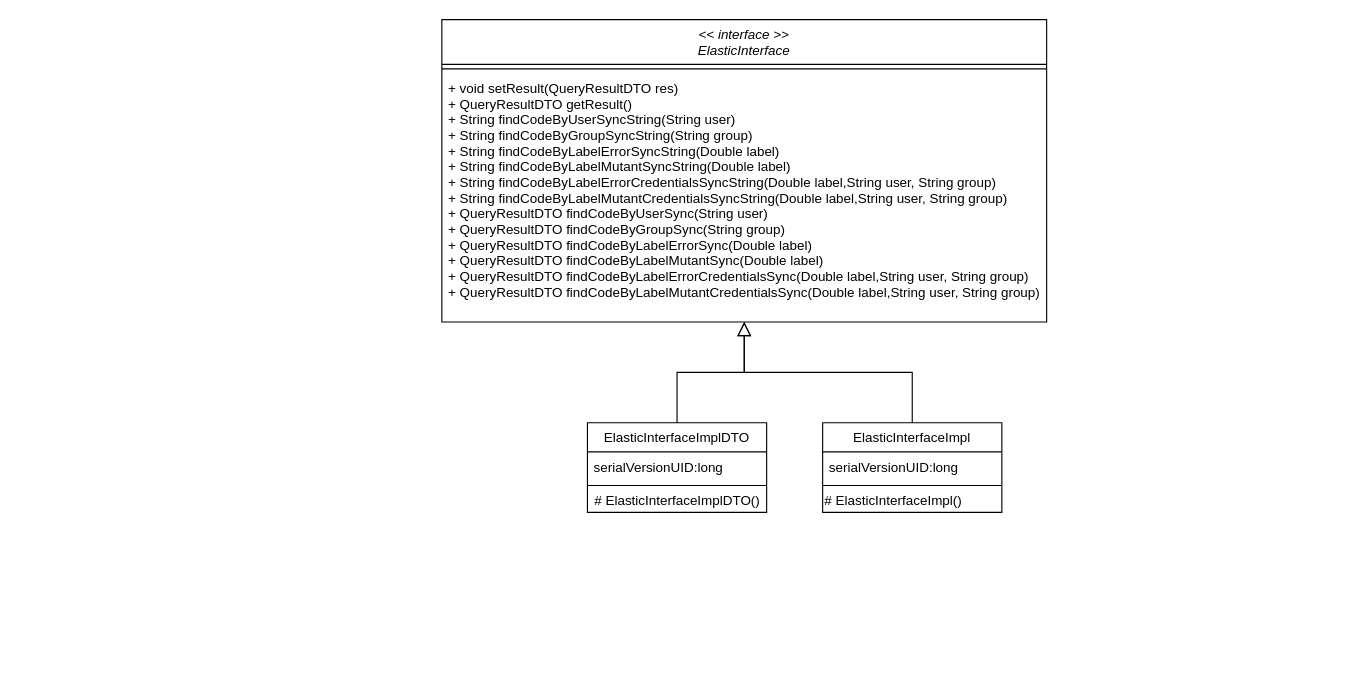
Above: docs/Elastic-facade-orchestrator.drawio in josura/Error-classification-ISD (draw.io), before the change. Source tidied: cells renumbered, new cells numbered last; positions are measured from the earlier drawing's top-left corner, leaving out a move shared by most shapes. Both pictures are drawn from the tidied source at 112%, with x=0, y=0 at pixel (441, 19).
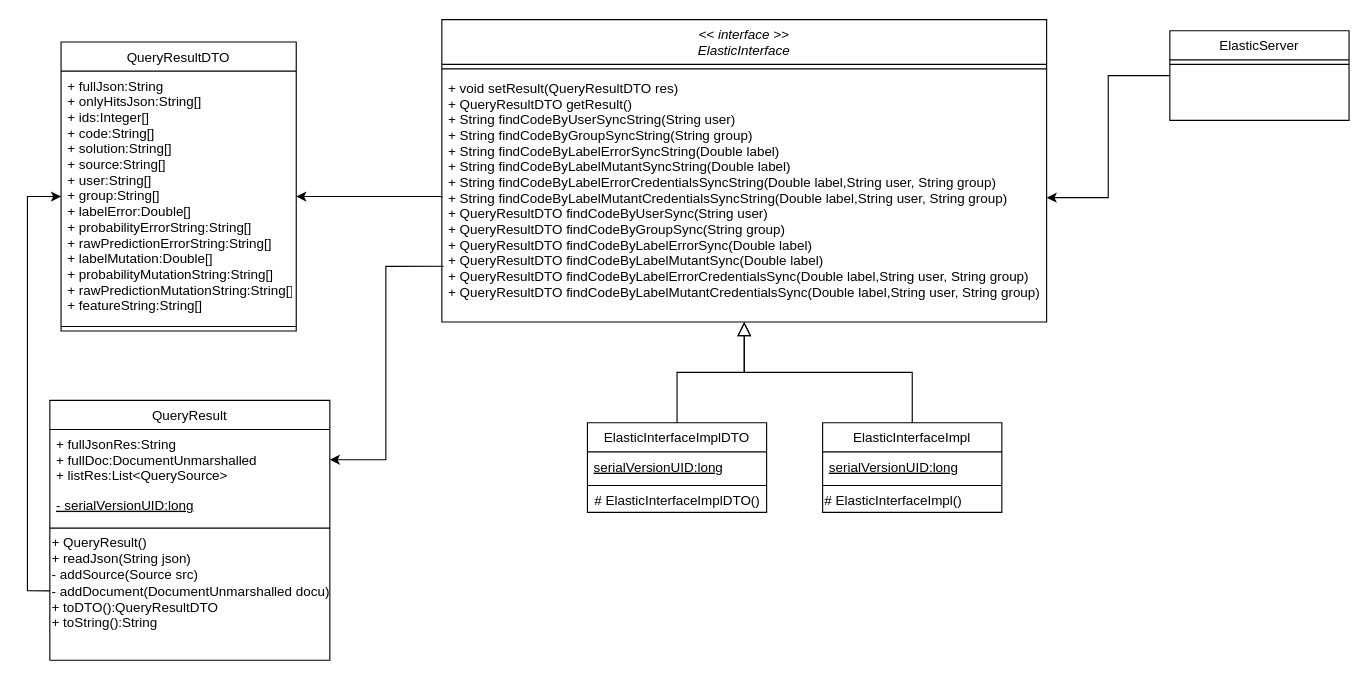
The same diagram, later.

Unchanged cells that the change refers to:
```xml
<mxCell id="4" value="+ void setResult(QueryResultDTO res) &#10;+ QueryResultDTO getResult() &#10;+ String findCodeByUserSyncString(String user) &#10;+ String findCodeByGroupSyncString(String group) &#10;+ String findCodeByLabelErrorSyncString(Double label) &#10;+ String findCodeByLabelMutantSyncString(Double label) &#10;+ String findCodeByLabelErrorCredentialsSyncString(Double label,String user, String group) &#10;+ String findCodeByLabelMutantCredentialsSyncString(Double label,String user, String group) &#10;+ QueryResultDTO findCodeByUserSync(String user) &#10;+ QueryResultDTO findCodeByGroupSync(String group) &#10;+ QueryResultDTO findCodeByLabelErrorSync(Double label) &#10;+ QueryResultDTO findCodeByLabelMutantSync(Double label) &#10;+ QueryResultDTO findCodeByLabelErrorCredentialsSync(Double label,String user, String group) &#10;+ QueryResultDTO findCodeByLabelMutantCredentialsSync(Double label,String user, String group) &#10;" style="text;align=left;verticalAlign=top;spacingLeft=4;spacingRight=4;overflow=hidden;points=[[0,0.5],[1,0.5]];portConstraint=eastwest;" parent="2" vertex="1">
  <mxGeometry y="48" width="540" height="222" as="geometry" />
</mxCell>
<mxCell id="5" value="ElasticInterfaceImplDTO" style="swimlane;fontStyle=0;align=center;verticalAlign=top;horizontal=1;startSize=26;rounded=0;shadow=0;strokeWidth=1;" parent="1" vertex="1">
  <mxGeometry x="130" y="360" width="160" height="80" as="geometry" />
</mxCell>
<mxCell id="10" value="ElasticInterfaceImpl" style="swimlane;fontStyle=0;align=center;verticalAlign=top;horizontal=1;startSize=26;rounded=0;shadow=0;strokeWidth=1;" parent="1" vertex="1">
  <mxGeometry x="340" y="360" width="160" height="80" as="geometry" />
</mxCell>
```

What changed in the source:
```diff
@@
-    <mxCell id="6" value="serialVersionUID:long" style="text;align=left;verticalAlign=top;spacingLeft=4;spacingRight=4;overflow=hidden;rounded=0;shadow=0;html=0;" parent="5" vertex="1">
+    <mxCell id="6" value="serialVersionUID:long" style="text;align=left;verticalAlign=top;spacingLeft=4;spacingRight=4;overflow=hidden;rounded=0;shadow=0;html=0;fontStyle=4;" parent="5" vertex="1">
       <mxGeometry y="26" width="160" height="26" as="geometry" />
     </mxCell>
@@
-    <mxCell id="11" value="serialVersionUID:long" style="text;align=left;verticalAlign=top;spacingLeft=4;spacingRight=4;overflow=hidden;" parent="10" vertex="1">
+    <mxCell id="11" value="serialVersionUID:long" style="text;align=left;verticalAlign=top;spacingLeft=4;spacingRight=4;overflow=hidden;fontStyle=4;" parent="10" vertex="1">
       <mxGeometry y="26" width="160" height="26" as="geometry" />
     </mxCell>
@@
+    <mxCell id="15" value="QueryResultDTO" style="swimlane;fontStyle=0;align=center;verticalAlign=top;horizontal=1;startSize=26;rounded=0;shadow=0;strokeWidth=1;" parent="1" vertex="1">
+      <mxGeometry x="-340" y="20" width="210" height="258" as="geometry" />
+    </mxCell>
+    <mxCell id="16" value="+ fullJson:String&#10;+ onlyHitsJson:String[]&#10;+ ids:Integer[]&#10;+ code:String[] &#10;+ solution:String[] &#10;+ source:String[] &#10;+ user:String[] &#10;+ group:String[] &#10;+ labelError:Double[] &#10;+ probabilityErrorString:String[] &#10;+ rawPredictionErrorString:String[] &#10;+ labelMutation:Double[] &#10;+ probabilityMutationString:String[] &#10;+ rawPredictionMutationString:String[] &#10;+ featureString:String[] &#10;" style="text;align=left;verticalAlign=top;spacingLeft=4;spacingRight=4;overflow=hidden;points=[[0,0.5],[1,0.5]];portConstraint=eastwest;rounded=0;shadow=0;html=0;" parent="15" vertex="1">
+      <mxGeometry y="26" width="210" height="224" as="geometry" />
+    </mxCell>
+    <mxCell id="17" style="line;html=1;strokeWidth=1;align=left;verticalAlign=middle;spacingTop=-1;spacingLeft=3;spacingRight=3;labelPosition=right;" parent="15" vertex="1">
+      <mxGeometry y="250" width="210" height="8" as="geometry" />
+    </mxCell>
+    <mxCell id="18" value="QueryResult" style="swimlane;fontStyle=0;align=center;verticalAlign=top;horizontal=1;startSize=26;rounded=0;shadow=0;strokeWidth=1;" parent="1" vertex="1">
+      <mxGeometry x="-350" y="340" width="250" height="232" as="geometry" />
+    </mxCell>
+    <mxCell id="19" value="+ fullJsonRes:String&#10;+ fullDoc:DocumentUnmarshalled&#10;+ listRes:List&lt;QuerySource&gt;&#10;" style="text;align=left;verticalAlign=top;spacingLeft=4;spacingRight=4;overflow=hidden;points=[[0,0.5],[1,0.5]];portConstraint=eastwest;fontStyle=0;" parent="18" vertex="1">
+      <mxGeometry y="26" width="250" height="54" as="geometry" />
+    </mxCell>
+    <mxCell id="20" value="- serialVersionUID:long" style="text;align=left;verticalAlign=top;spacingLeft=4;spacingRight=4;overflow=hidden;fontStyle=4;" parent="18" vertex="1">
+      <mxGeometry y="80" width="250" height="30" as="geometry" />
+    </mxCell>
+    <mxCell id="21" style="line;html=1;strokeWidth=1;align=left;verticalAlign=middle;spacingTop=-1;spacingLeft=3;spacingRight=3;labelPosition=right;" parent="18" vertex="1">
+      <mxGeometry y="110" width="250" height="8" as="geometry" />
+    </mxCell>
+    <mxCell id="22" value="+ QueryResult()&lt;br&gt;+ readJson(String json)&lt;br&gt;- addSource(Source src) &lt;br&gt;- addDocument(DocumentUnmarshalled docu)&lt;br&gt;+ toDTO():QueryResultDTO&lt;br&gt;+ toString():String&lt;br&gt;" style="text;html=1;align=left;verticalAlign=middle;points=[];strokeColor=none;fillColor=none;" parent="18" vertex="1">
+      <mxGeometry y="118" width="250" height="90" as="geometry" />
+    </mxCell>
+    <mxCell id="23" style="edgeStyle=orthogonalEdgeStyle;rounded=0;jettySize=auto;html=1;exitX=0;exitY=0.5;exitDx=0;exitDy=0;" parent="1" edge="1" source="24" target="4">
+      <mxGeometry relative="1" as="geometry" />
+    </mxCell>
+    <mxCell id="24" value="ElasticServer" style="swimlane;fontStyle=0;align=center;verticalAlign=top;horizontal=1;startSize=26;rounded=0;shadow=0;strokeWidth=1;" parent="1" vertex="1">
+      <mxGeometry x="650" y="10" width="160" height="80" as="geometry" />
+    </mxCell>
+    <mxCell id="25" style="line;html=1;strokeWidth=1;align=left;verticalAlign=middle;spacingTop=-1;spacingLeft=3;spacingRight=3;labelPosition=right;" parent="24" vertex="1">
+      <mxGeometry y="26" width="160" height="8" as="geometry" />
+    </mxCell>
+    <mxCell id="26" style="edgeStyle=orthogonalEdgeStyle;rounded=0;jettySize=auto;html=1;exitX=0;exitY=0.5;exitDx=0;exitDy=0;" parent="1" edge="1" source="4" target="16">
+      <mxGeometry relative="1" as="geometry">
+        <Array as="points">
+          <mxPoint y="158" />
+        </Array>
+      </mxGeometry>
+    </mxCell>
+    <mxCell id="27" style="edgeStyle=orthogonalEdgeStyle;rounded=0;jettySize=auto;html=1;exitX=0.003;exitY=0.776;exitDx=0;exitDy=0;exitPerimeter=0;" parent="1" edge="1" source="4" target="19">
+      <mxGeometry relative="1" as="geometry" />
+    </mxCell>
+    <mxCell id="28" style="edgeStyle=orthogonalEdgeStyle;rounded=0;jettySize=auto;html=1;exitX=0;exitY=0.578;exitDx=0;exitDy=0;entryX=0;entryY=0.5;entryDx=0;entryDy=0;exitPerimeter=0;" parent="1" edge="1" source="22" target="16">
+      <mxGeometry relative="1" as="geometry" />
+    </mxCell>
```
